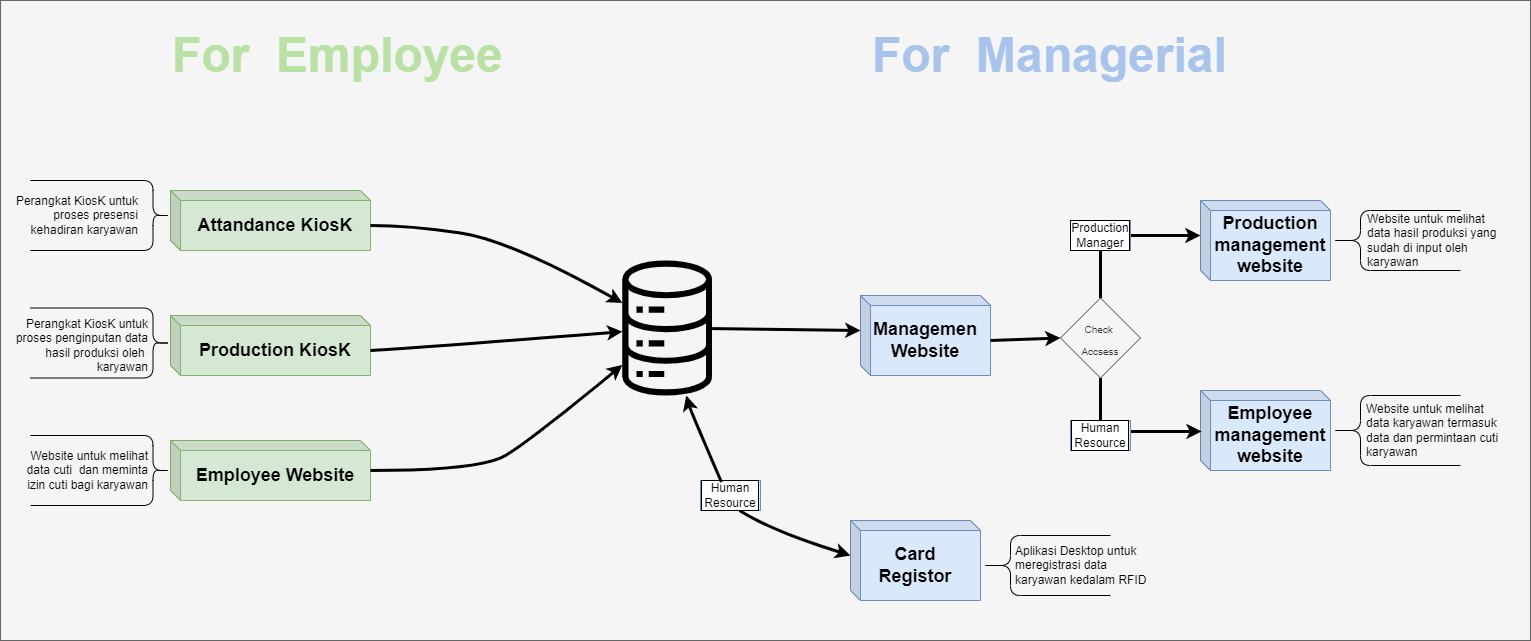
Above: ProjekDiagram.drawio.png in Nuur-R/Projek_NSK (draw.io), before the change. Source tidied: cells renumbered, new cells last; positions are measured from the earlier drawing's top-left corner, leaving out a move shared by most shapes.
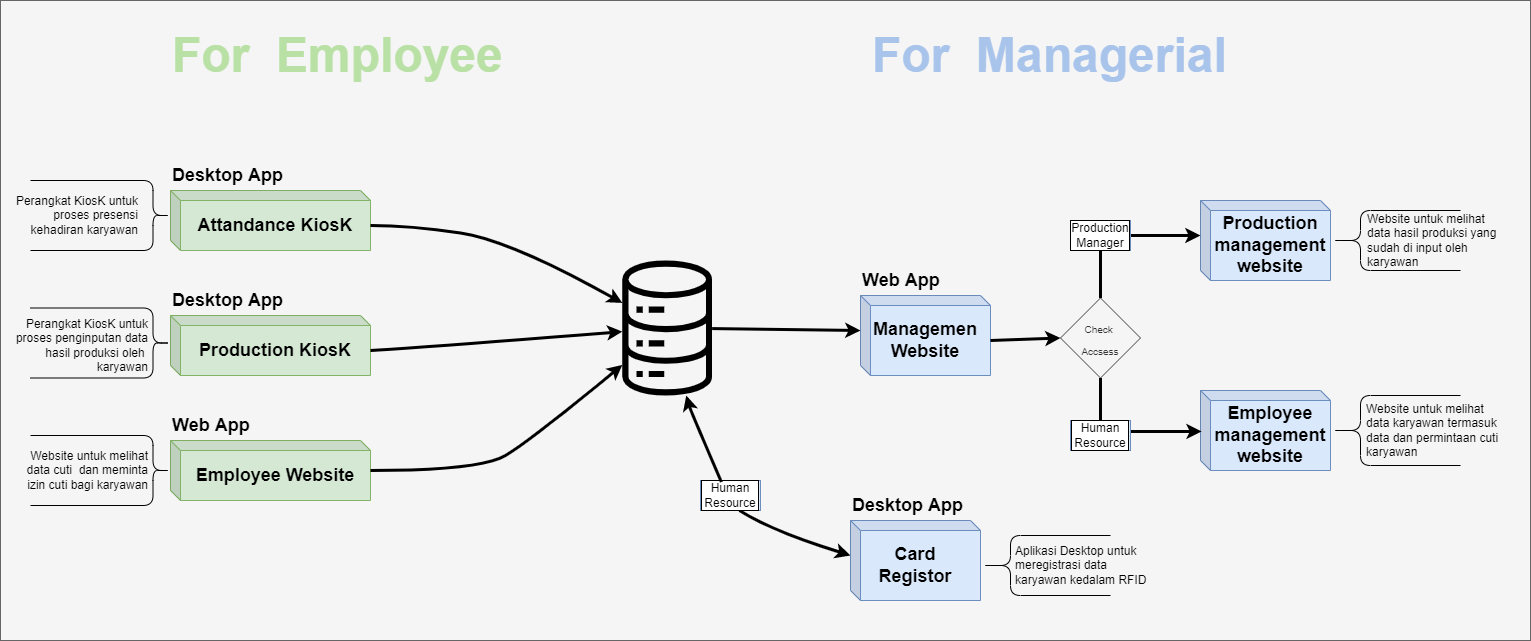
The same diagram one commit later.

Change to the diagram source:
```diff
@@ -188,5 +188,20 @@
     <mxCell id="53" value="Website untuk melihat data hasil produksi yang sudah di input oleh karyawan" style="text;html=1;strokeColor=none;fillColor=none;align=left;verticalAlign=middle;whiteSpace=wrap;rounded=0;labelBackgroundColor=none;labelBorderColor=none;fontSize=12;fontColor=#000000;" parent="1" vertex="1">
       <mxGeometry x="1365" y="215" width="140" height="50" as="geometry" />
     </mxCell>
+    <mxCell id="54" value="&lt;b&gt;&lt;font color=&quot;#000000&quot; style=&quot;font-size: 18px;&quot;&gt;Desktop App&lt;/font&gt;&lt;/b&gt;" style="text;html=1;strokeColor=none;fillColor=none;align=left;verticalAlign=middle;whiteSpace=wrap;rounded=0;labelBorderColor=none;fontSize=10;fontColor=#97D077;" parent="1" vertex="1">
+      <mxGeometry x="170" y="160" width="360" height="30" as="geometry" />
+    </mxCell>
+    <mxCell id="55" value="&lt;b&gt;&lt;font color=&quot;#000000&quot; style=&quot;font-size: 18px;&quot;&gt;Desktop App&lt;/font&gt;&lt;/b&gt;" style="text;html=1;strokeColor=none;fillColor=none;align=left;verticalAlign=middle;whiteSpace=wrap;rounded=0;labelBorderColor=none;fontSize=10;fontColor=#97D077;" parent="1" vertex="1">
+      <mxGeometry x="170" y="285" width="360" height="30" as="geometry" />
+    </mxCell>
+    <mxCell id="56" value="&lt;b&gt;&lt;font color=&quot;#000000&quot; style=&quot;font-size: 18px;&quot;&gt;Desktop App&lt;/font&gt;&lt;/b&gt;" style="text;html=1;strokeColor=none;fillColor=none;align=left;verticalAlign=middle;whiteSpace=wrap;rounded=0;labelBorderColor=none;fontSize=10;fontColor=#97D077;" parent="1" vertex="1">
+      <mxGeometry x="850" y="490" width="360" height="30" as="geometry" />
+    </mxCell>
+    <mxCell id="57" value="&lt;b&gt;&lt;font color=&quot;#000000&quot; style=&quot;font-size: 18px;&quot;&gt;Web App&lt;/font&gt;&lt;/b&gt;" style="text;html=1;strokeColor=none;fillColor=none;align=left;verticalAlign=middle;whiteSpace=wrap;rounded=0;labelBorderColor=none;fontSize=10;fontColor=#97D077;" parent="1" vertex="1">
+      <mxGeometry x="860" y="265" width="360" height="30" as="geometry" />
+    </mxCell>
+    <mxCell id="58" value="&lt;b&gt;&lt;font color=&quot;#000000&quot; style=&quot;font-size: 18px;&quot;&gt;Web App&lt;/font&gt;&lt;/b&gt;" style="text;html=1;strokeColor=none;fillColor=none;align=left;verticalAlign=middle;whiteSpace=wrap;rounded=0;labelBorderColor=none;fontSize=10;fontColor=#97D077;" parent="1" vertex="1">
+      <mxGeometry x="170" y="410" width="360" height="30" as="geometry" />
+    </mxCell>
   </root>
 </mxGraphModel>
```
